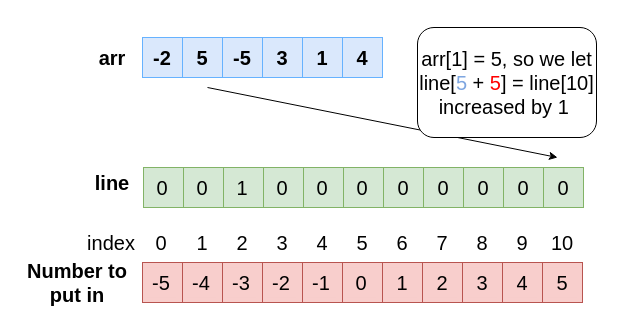
Before: page "cs_3" (5 of 39) of 1200.drawio in bakerston/Algorithm, a draw.io diagram. Source tidied: cells renumbered, new cells numbered last; positions are measured from the earlier drawing's top-left corner, leaving out a move shared by most shapes. Both pictures are drawn from the tidied source at 100%, with x=0, y=0 at pixel (17, 17).
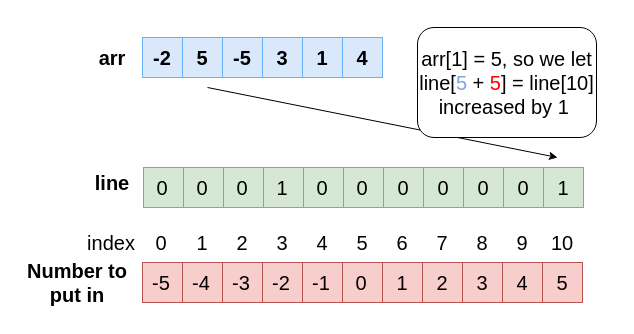
The same page after the edit.

The edit, as a diff of the source:
```diff
@@
-    <mxCell id="40" value="&lt;span style=&quot;font-size: 20px&quot;&gt;1&lt;/span&gt;" style="text;html=1;strokeColor=none;fillColor=none;align=center;verticalAlign=middle;whiteSpace=wrap;rounded=0;" parent="1" vertex="1">
+    <mxCell id="40" value="&lt;span style=&quot;font-size: 20px&quot;&gt;0&lt;/span&gt;" style="text;html=1;strokeColor=none;fillColor=none;align=center;verticalAlign=middle;whiteSpace=wrap;rounded=0;" parent="1" vertex="1">
       <mxGeometry x="210" y="155" width="30" height="30" as="geometry" />
     </mxCell>
-    <mxCell id="41" value="&lt;span style=&quot;font-size: 20px&quot;&gt;0&lt;/span&gt;" style="text;html=1;strokeColor=none;fillColor=none;align=center;verticalAlign=middle;whiteSpace=wrap;rounded=0;" parent="1" vertex="1">
+    <mxCell id="41" value="&lt;span style=&quot;font-size: 20px&quot;&gt;1&lt;/span&gt;" style="text;html=1;strokeColor=none;fillColor=none;align=center;verticalAlign=middle;whiteSpace=wrap;rounded=0;" parent="1" vertex="1">
       <mxGeometry x="250" y="155" width="30" height="30" as="geometry" />
     </mxCell>
@@
-    <mxCell id="50" value="&lt;span style=&quot;font-size: 20px&quot;&gt;0&lt;/span&gt;" style="text;html=1;strokeColor=none;fillColor=none;align=center;verticalAlign=middle;whiteSpace=wrap;rounded=0;" parent="1" vertex="1">
+    <mxCell id="50" value="&lt;span style=&quot;font-size: 20px&quot;&gt;1&lt;/span&gt;" style="text;html=1;strokeColor=none;fillColor=none;align=center;verticalAlign=middle;whiteSpace=wrap;rounded=0;" parent="1" vertex="1">
       <mxGeometry x="531" y="155" width="30" height="30" as="geometry" />
     </mxCell>
```
